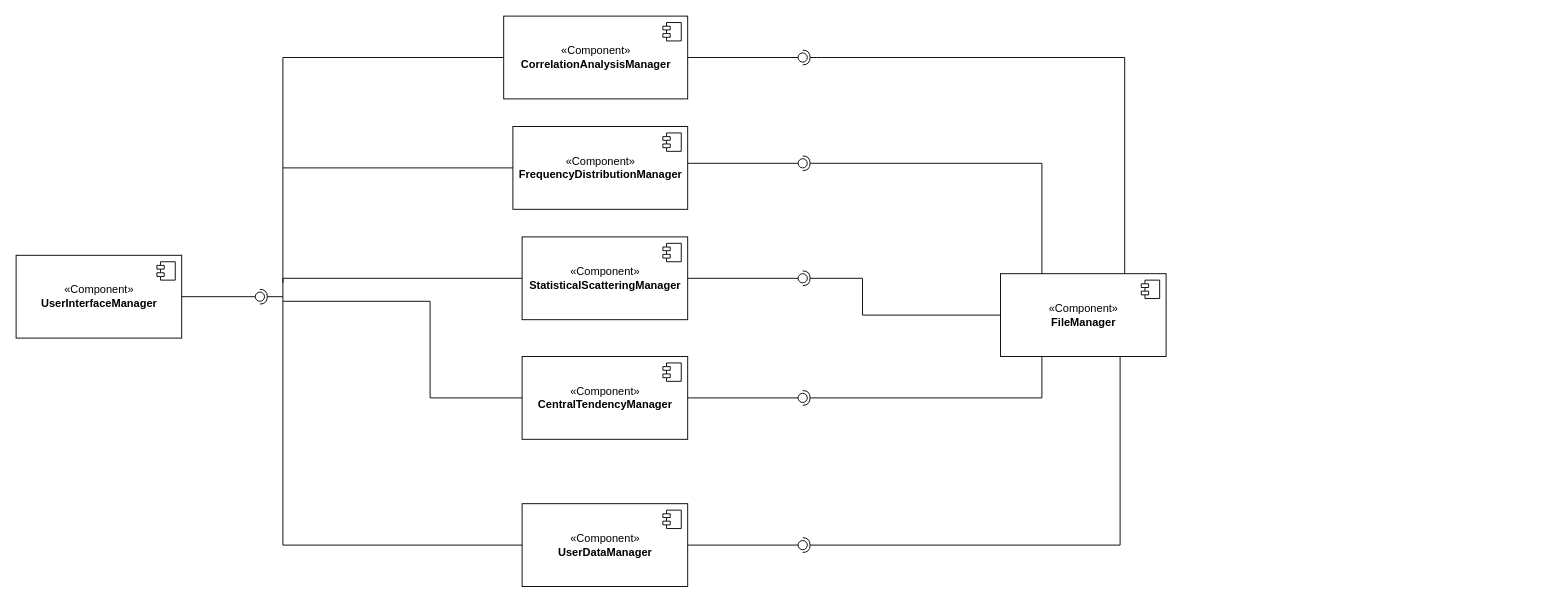
Before: ComponentDiagram.drawio in Yofko/pts-project, a draw.io diagram. Source tidied: cells renumbered, new cells numbered last; positions are measured from the earlier drawing's top-left corner, leaving out a move shared by most shapes. Both pictures are drawn from the tidied source at 92%, with x=0, y=0 at pixel (16, 16).
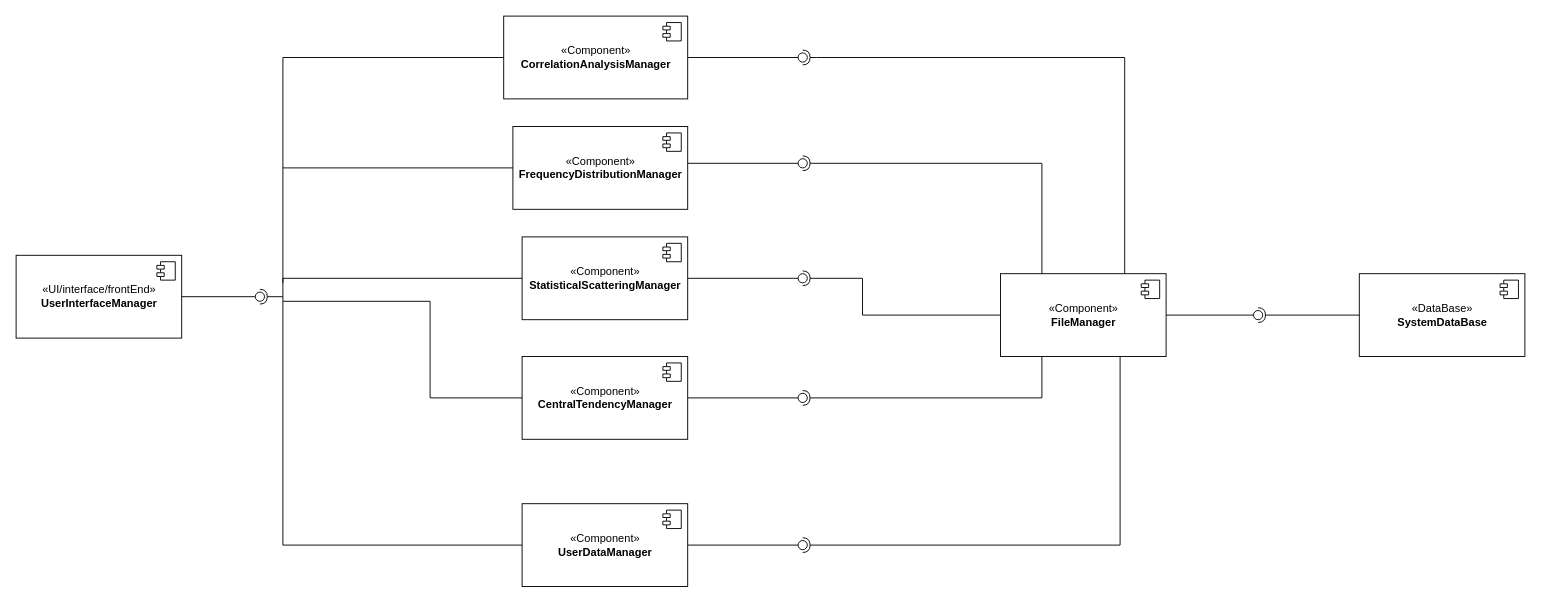
After the change.

Unchanged cells that the change refers to:
```xml
<mxCell id="2" value="«Component»&lt;br&gt;&lt;b&gt;FileManager&lt;/b&gt;" style="html=1;" parent="1" vertex="1">
  <mxGeometry x="1070" y="280" width="180" height="90" as="geometry" />
</mxCell>
```

Change to the diagram source:
```diff
@@
-    <mxCell id="14" value="«Component»&lt;br&gt;&lt;b&gt;UserInterfaceManager&lt;/b&gt;" style="html=1;" parent="1" vertex="1">
+    <mxCell id="14" value="«UI/interface/frontEnd»&lt;br&gt;&lt;b&gt;UserInterfaceManager&lt;/b&gt;" style="html=1;" parent="1" vertex="1">
       <mxGeometry y="260" width="180" height="90" as="geometry" />
     </mxCell>
@@
+    <mxCell id="39" value="«DataBase»&lt;br&gt;&lt;b&gt;SystemDataBase&lt;/b&gt;" style="html=1;" parent="1" vertex="1">
+      <mxGeometry x="1460" y="280" width="180" height="90" as="geometry" />
+    </mxCell>
+    <mxCell id="40" style="shape=module;jettyWidth=8;jettyHeight=4;" parent="39" vertex="1">
+      <mxGeometry x="1" width="20" height="20" relative="1" as="geometry">
+        <mxPoint x="-27" y="7" as="offset" />
+      </mxGeometry>
+    </mxCell>
+    <mxCell id="41" style="rounded=0;jettySize=auto;html=1;endArrow=none;endFill=0;sketch=0;sourcePerimeterSpacing=0;targetPerimeterSpacing=0;exitX=1;exitY=0.5;exitDx=0;exitDy=0;" parent="1" edge="1" source="2" target="43">
+      <mxGeometry relative="1" as="geometry" />
+    </mxCell>
+    <mxCell id="42" style="rounded=0;jettySize=auto;html=1;endArrow=halfCircle;endFill=0;entryX=0.5;entryY=0.5;endSize=6;strokeWidth=1;sketch=0;exitX=0;exitY=0.5;exitDx=0;exitDy=0;" parent="1" edge="1" source="39" target="43">
+      <mxGeometry relative="1" as="geometry" />
+    </mxCell>
+    <mxCell id="43" style="ellipse;whiteSpace=wrap;html=1;align=center;points=[];outlineConnect=0;sketch=0;" parent="1" vertex="1">
+      <mxGeometry x="1345" y="320" width="10" height="10" as="geometry" />
+    </mxCell>
```
